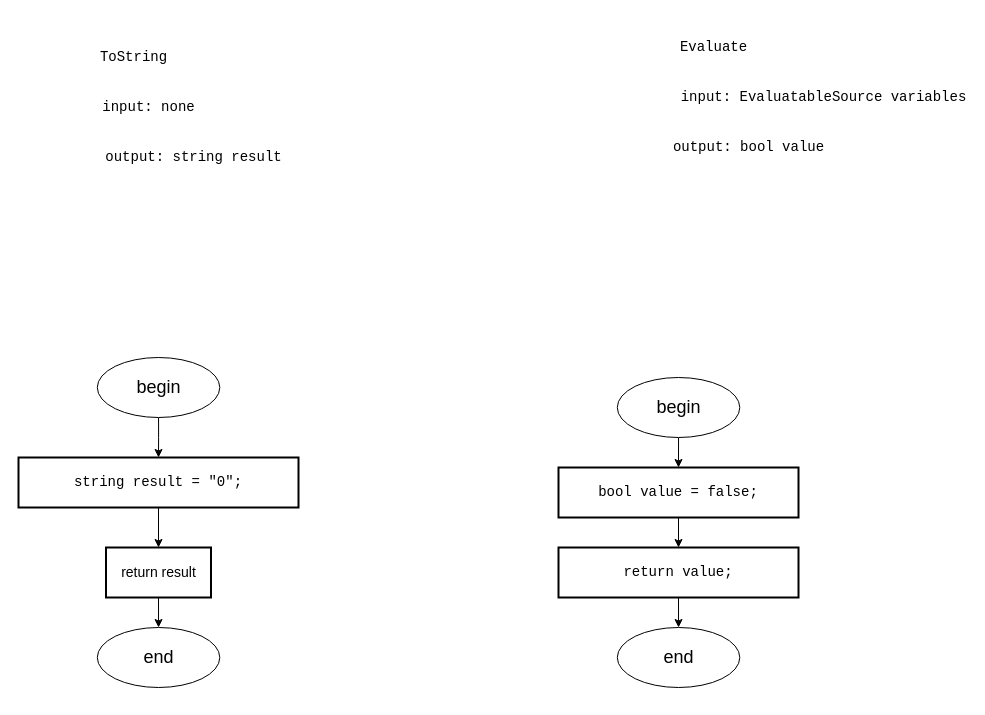
Earlier version of the draw.io diagram Diagrams/false.drawio (slavikovics/FictionalVariables). Source tidied: cells renumbered, new cells numbered last; positions are measured from the earlier drawing's top-left corner, leaving out a move shared by most shapes. Both pictures are drawn from the tidied source at 100%, with x=0, y=0 at pixel (18, 17).
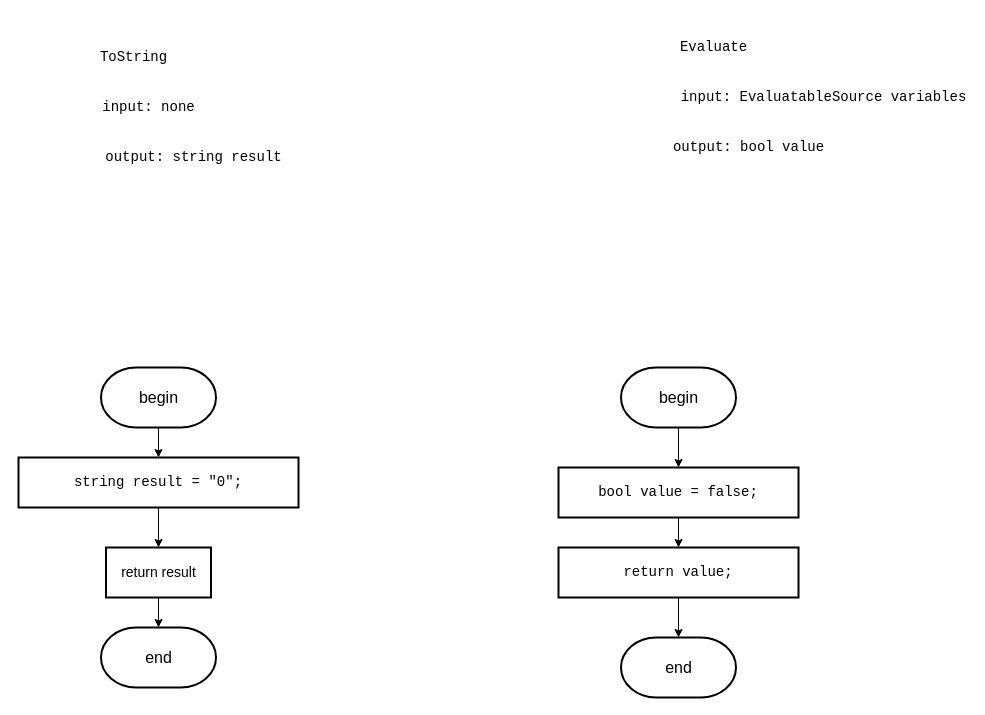
After the change.

The change refers to these unchanged cells:
```xml
<mxCell id="4" value="&lt;div style=&quot;&quot;&gt;&lt;pre style=&quot;font-family: &amp;quot;JetBrains Mono&amp;quot;, monospace;&quot;&gt;&lt;pre style=&quot;font-family: &amp;quot;JetBrains Mono&amp;quot;, monospace;&quot;&gt;&lt;pre style=&quot;font-family: &amp;quot;JetBrains Mono&amp;quot;, monospace;&quot;&gt;&lt;pre style=&quot;font-family: &amp;quot;JetBrains Mono&amp;quot;, monospace;&quot;&gt;&lt;div&gt;&lt;pre style=&quot;font-family: &amp;quot;JetBrains Mono&amp;quot;, monospace;&quot;&gt;&lt;span style=&quot;&quot;&gt;bool &lt;/span&gt;&lt;span style=&quot;&quot;&gt;value &lt;/span&gt;= &lt;span style=&quot;&quot;&gt;false&lt;/span&gt;;&lt;/pre&gt;&lt;/div&gt;&lt;/pre&gt;&lt;/pre&gt;&lt;/pre&gt;&lt;/pre&gt;&lt;/div&gt;" style="rounded=0;whiteSpace=wrap;html=1;absoluteArcSize=1;arcSize=14;strokeWidth=2;fontSize=14;labelBackgroundColor=none;fontColor=#000000;" parent="1" vertex="1">
  <mxGeometry x="540" y="450" width="240" height="50" as="geometry" />
</mxCell>
<mxCell id="9" value="&lt;div style=&quot;&quot;&gt;&lt;pre style=&quot;font-family: &amp;quot;JetBrains Mono&amp;quot;, monospace;&quot;&gt;&lt;pre style=&quot;font-family: &amp;quot;JetBrains Mono&amp;quot;, monospace;&quot;&gt;&lt;pre style=&quot;font-family: &amp;quot;JetBrains Mono&amp;quot;, monospace;&quot;&gt;&lt;pre style=&quot;font-family: &amp;quot;JetBrains Mono&amp;quot;, monospace;&quot;&gt;&lt;pre style=&quot;font-family: &amp;quot;JetBrains Mono&amp;quot;, monospace;&quot;&gt;&lt;div&gt;&lt;pre style=&quot;font-family: &amp;quot;JetBrains Mono&amp;quot;, monospace;&quot;&gt;&lt;span style=&quot;&quot;&gt;string &lt;/span&gt;&lt;span style=&quot;&quot;&gt;result &lt;/span&gt;= &lt;span style=&quot;&quot;&gt;&quot;0&quot;&lt;/span&gt;;&lt;/pre&gt;&lt;/div&gt;&lt;/pre&gt;&lt;/pre&gt;&lt;/pre&gt;&lt;/pre&gt;&lt;/pre&gt;&lt;/div&gt;" style="rounded=0;whiteSpace=wrap;html=1;absoluteArcSize=1;arcSize=14;strokeWidth=2;fontSize=14;labelBackgroundColor=none;fontColor=#000000;" parent="1" vertex="1">
  <mxGeometry y="440" width="280" height="50" as="geometry" />
</mxCell>
<mxCell id="13" value="&lt;font&gt;return result&lt;/font&gt;" style="rounded=0;whiteSpace=wrap;html=1;absoluteArcSize=1;arcSize=14;strokeWidth=2;fontSize=14;labelBackgroundColor=none;fontColor=#000000;" parent="1" vertex="1">
  <mxGeometry x="87.5" y="530" width="105" height="50" as="geometry" />
</mxCell>
<mxCell id="15" value="&lt;div style=&quot;&quot;&gt;&lt;pre style=&quot;font-family: &amp;quot;JetBrains Mono&amp;quot;, monospace;&quot;&gt;&lt;pre style=&quot;font-family: &amp;quot;JetBrains Mono&amp;quot;, monospace;&quot;&gt;&lt;pre style=&quot;font-family: &amp;quot;JetBrains Mono&amp;quot;, monospace;&quot;&gt;&lt;pre style=&quot;font-family: &amp;quot;JetBrains Mono&amp;quot;, monospace;&quot;&gt;&lt;pre style=&quot;font-family: &amp;quot;JetBrains Mono&amp;quot;, monospace;&quot;&gt;&lt;font&gt;return value;&lt;/font&gt;&lt;/pre&gt;&lt;/pre&gt;&lt;/pre&gt;&lt;/pre&gt;&lt;/pre&gt;&lt;/div&gt;" style="rounded=0;whiteSpace=wrap;html=1;absoluteArcSize=1;arcSize=14;strokeWidth=2;fontSize=14;labelBackgroundColor=none;fontColor=#000000;" parent="1" vertex="1">
  <mxGeometry x="540" y="530" width="240" height="50" as="geometry" />
</mxCell>
```

What changed in the source:
```diff
@@
-    <mxCell id="12" style="edgeStyle=orthogonalEdgeStyle;rounded=0;jettySize=auto;html=1;exitX=0.5;exitY=1;exitDx=0;exitDy=0;entryX=0.5;entryY=0;entryDx=0;entryDy=0;" parent="1" edge="1" source="13" target="20">
-      <mxGeometry relative="1" as="geometry" />
-    </mxCell>
@@
-    <mxCell id="14" style="edgeStyle=orthogonalEdgeStyle;rounded=0;jettySize=auto;html=1;exitX=0.5;exitY=1;exitDx=0;exitDy=0;entryX=0.5;entryY=0;entryDx=0;entryDy=0;" parent="1" edge="1" source="15" target="21">
-      <mxGeometry relative="1" as="geometry" />
-    </mxCell>
@@
-    <mxCell id="16" style="edgeStyle=orthogonalEdgeStyle;rounded=0;jettySize=auto;html=1;exitX=0.5;exitY=1;exitDx=0;exitDy=0;entryX=0.5;entryY=0;entryDx=0;entryDy=0;" parent="1" edge="1" source="17" target="9">
-      <mxGeometry relative="1" as="geometry" />
-    </mxCell>
-    <mxCell id="17" value="&lt;font style=&quot;font-size: 18px;&quot;&gt;begin&lt;/font&gt;" style="ellipse;whiteSpace=wrap;html=1;" parent="1" vertex="1">
-      <mxGeometry x="78.8" y="340" width="122.5" height="60" as="geometry" />
-    </mxCell>
-    <mxCell id="18" style="edgeStyle=orthogonalEdgeStyle;rounded=0;jettySize=auto;html=1;exitX=0.5;exitY=1;exitDx=0;exitDy=0;entryX=0.5;entryY=0;entryDx=0;entryDy=0;" parent="1" edge="1" source="19" target="4">
-      <mxGeometry relative="1" as="geometry" />
-    </mxCell>
-    <mxCell id="19" value="&lt;font style=&quot;font-size: 18px;&quot;&gt;begin&lt;/font&gt;" style="ellipse;whiteSpace=wrap;html=1;" parent="1" vertex="1">
-      <mxGeometry x="598.8" y="360" width="122.5" height="60" as="geometry" />
-    </mxCell>
-    <mxCell id="20" value="&lt;font style=&quot;font-size: 18px;&quot;&gt;end&lt;/font&gt;" style="ellipse;whiteSpace=wrap;html=1;" parent="1" vertex="1">
-      <mxGeometry x="78.8" y="610" width="122.5" height="60" as="geometry" />
-    </mxCell>
-    <mxCell id="21" value="&lt;font style=&quot;font-size: 18px;&quot;&gt;end&lt;/font&gt;" style="ellipse;whiteSpace=wrap;html=1;" parent="1" vertex="1">
-      <mxGeometry x="598.8" y="610" width="122.5" height="60" as="geometry" />
-    </mxCell>
+    <mxCell id="22" style="edgeStyle=orthogonalEdgeStyle;rounded=0;jettySize=auto;html=1;exitX=0.5;exitY=1;exitDx=0;exitDy=0;exitPerimeter=0;entryX=0.5;entryY=0;entryDx=0;entryDy=0;" parent="1" edge="1" source="23" target="4">
+      <mxGeometry relative="1" as="geometry" />
+    </mxCell>
+    <mxCell id="23" value="&lt;font style=&quot;font-size: 16px;&quot;&gt;begin&lt;/font&gt;" style="strokeWidth=2;html=1;shape=mxgraph.flowchart.terminator;whiteSpace=wrap;" parent="1" vertex="1">
+      <mxGeometry x="602.5" y="350" width="115" height="60" as="geometry" />
+    </mxCell>
+    <mxCell id="24" value="&lt;font style=&quot;font-size: 16px;&quot;&gt;end&lt;/font&gt;" style="strokeWidth=2;html=1;shape=mxgraph.flowchart.terminator;whiteSpace=wrap;" parent="1" vertex="1">
+      <mxGeometry x="602.5" y="620" width="115" height="60" as="geometry" />
+    </mxCell>
+    <mxCell id="25" style="edgeStyle=orthogonalEdgeStyle;rounded=0;jettySize=auto;html=1;exitX=0.5;exitY=1;exitDx=0;exitDy=0;exitPerimeter=0;entryX=0.5;entryY=0;entryDx=0;entryDy=0;" parent="1" edge="1" source="26" target="9">
+      <mxGeometry relative="1" as="geometry" />
+    </mxCell>
+    <mxCell id="26" value="&lt;font style=&quot;font-size: 16px;&quot;&gt;begin&lt;/font&gt;" style="strokeWidth=2;html=1;shape=mxgraph.flowchart.terminator;whiteSpace=wrap;" parent="1" vertex="1">
+      <mxGeometry x="82.5" y="350" width="115" height="60" as="geometry" />
+    </mxCell>
+    <mxCell id="27" value="&lt;font style=&quot;font-size: 16px;&quot;&gt;end&lt;/font&gt;" style="strokeWidth=2;html=1;shape=mxgraph.flowchart.terminator;whiteSpace=wrap;" parent="1" vertex="1">
+      <mxGeometry x="82.5" y="610" width="115" height="60" as="geometry" />
+    </mxCell>
+    <mxCell id="28" style="edgeStyle=orthogonalEdgeStyle;rounded=0;jettySize=auto;html=1;exitX=0.5;exitY=1;exitDx=0;exitDy=0;entryX=0.5;entryY=0;entryDx=0;entryDy=0;entryPerimeter=0;" parent="1" edge="1" source="13" target="27">
+      <mxGeometry relative="1" as="geometry" />
+    </mxCell>
+    <mxCell id="29" style="edgeStyle=orthogonalEdgeStyle;rounded=0;jettySize=auto;html=1;exitX=0.5;exitY=1;exitDx=0;exitDy=0;entryX=0.5;entryY=0;entryDx=0;entryDy=0;entryPerimeter=0;" parent="1" edge="1" source="15" target="24">
+      <mxGeometry relative="1" as="geometry" />
+    </mxCell>
```
